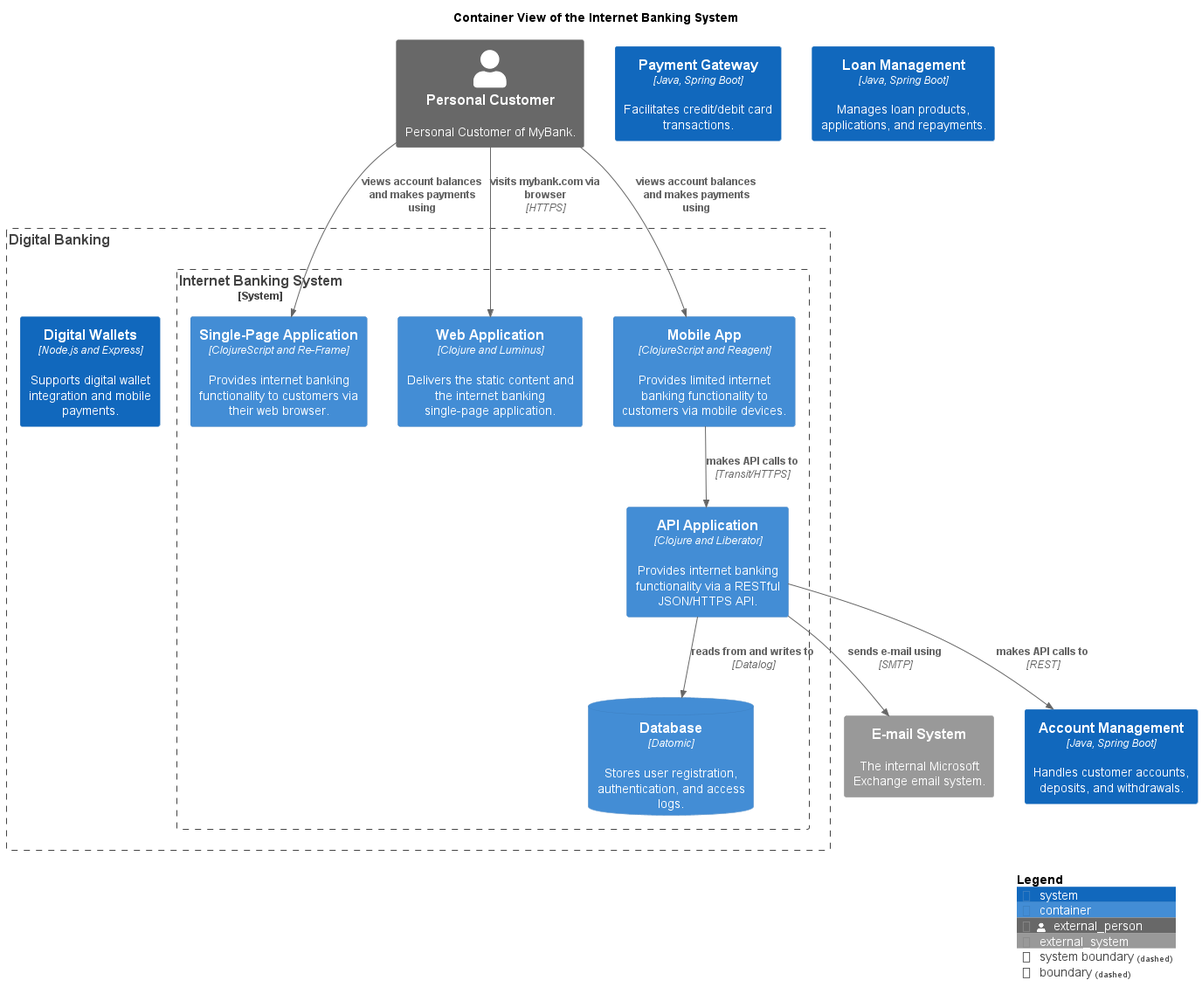
Above: docs/mybank/digital-banking/internet-banking-system/container-view.png in soulspace-org/my-bank-model (PlantUML), before the change.
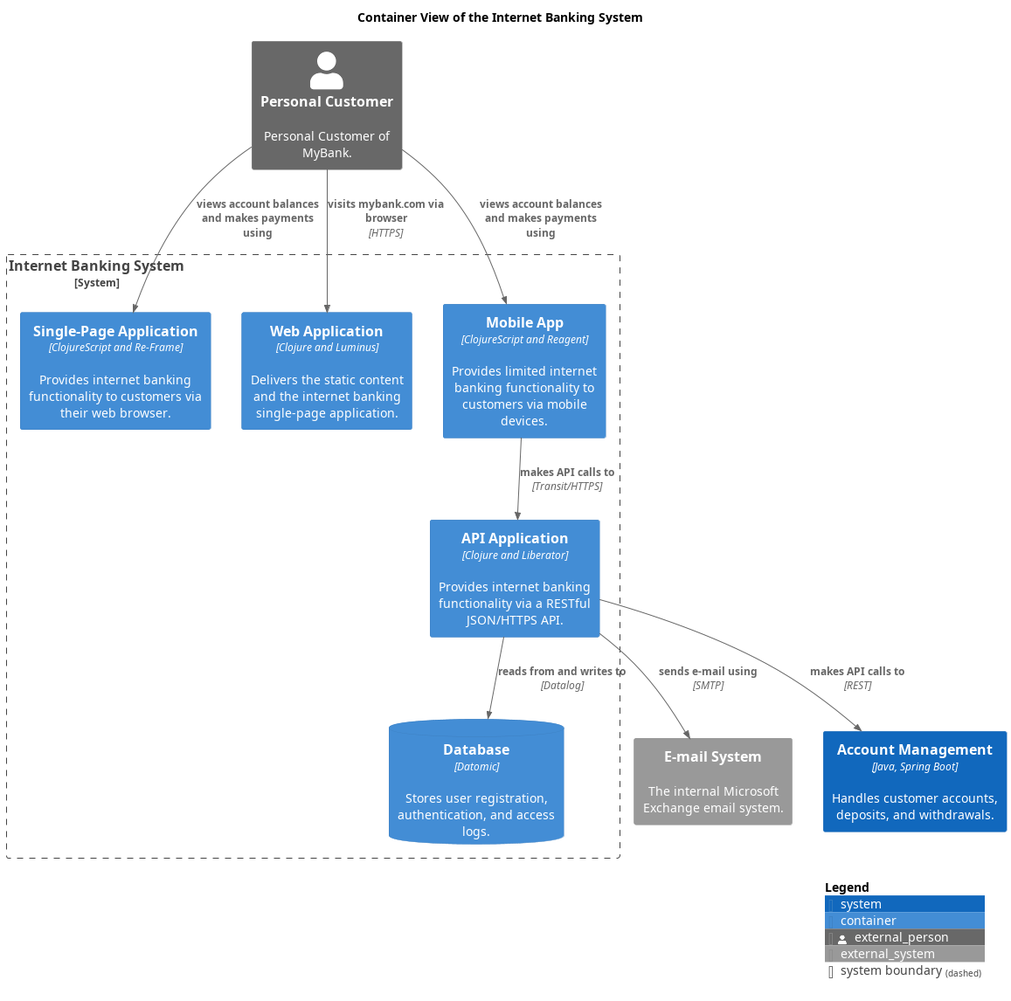
After the change.

The edit, as a diff of the source:
```diff
@@ -14,19 +14,14 @@
 
 title Container View of the Internet Banking System
 System_Ext(mybank_emailSystem, "E-mail System", $descr="The internal Microsoft Exchange email system.")
-Boundary(mybank_digitalBanking_contextBoundary, "Digital Banking") {
-  System(mybank_digitalBanking_digitalWalletsSystem, "Digital Wallets", $descr="Supports digital wallet integration and mobile payments.", $type="Node.js and Express")
-  System_Boundary(mybank_digitalBanking_internetBankingSystem_internetBankingSystem, "Internet Banking System") {
-    Container(mybank_digitalBanking_internetBankingSystem_apiApplication, "API Application", $descr="Provides internet banking functionality via a RESTful JSON/HTTPS API.", $techn="Clojure and Liberator")
-    Container(mybank_digitalBanking_internetBankingSystem_singlePageApp, "Single-Page Application", $descr="Provides internet banking functionality to customers via their web browser.", $techn="ClojureScript and Re-Frame")
-    Container(mybank_digitalBanking_internetBankingSystem_webApp, "Web Application", $descr="Delivers the static content and the internet banking single-page application.", $techn="Clojure and Luminus")
-    Container(mybank_digitalBanking_internetBankingSystem_mobileApp, "Mobile App", $descr="Provides limited internet banking functionality to customers via mobile devices.", $techn="ClojureScript and Reagent")
-    ContainerDb(mybank_digitalBanking_internetBankingSystem_database, "Database", $descr="Stores user registration, authentication, and access logs.", $techn="Datomic")
-  }
+System_Boundary(mybank_digitalBanking_internetBankingSystem_internetBankingSystem, "Internet Banking System") {
+  Container(mybank_digitalBanking_internetBankingSystem_apiApplication, "API Application", $descr="Provides internet banking functionality via a RESTful JSON/HTTPS API.", $techn="Clojure and Liberator")
+  Container(mybank_digitalBanking_internetBankingSystem_singlePageApp, "Single-Page Application", $descr="Provides internet banking functionality to customers via their web browser.", $techn="ClojureScript and Re-Frame")
+  Container(mybank_digitalBanking_internetBankingSystem_webApp, "Web Application", $descr="Delivers the static content and the internet banking single-page application.", $techn="Clojure and Luminus")
+  Container(mybank_digitalBanking_internetBankingSystem_mobileApp, "Mobile App", $descr="Provides limited internet banking functionality to customers via mobile devices.", $techn="ClojureScript and Reagent")
+  ContainerDb(mybank_digitalBanking_internetBankingSystem_database, "Database", $descr="Stores user registration, authentication, and access logs.", $techn="Datomic")
 }
 Person_Ext(mybank_personalCustomer, "Personal Customer", $descr="Personal Customer of MyBank.")
-System(mybank_payment_paymentGatewaySystem, "Payment Gateway", $descr="Facilitates credit/debit card transactions.", $type="Java, Spring Boot")
-System(mybank_coreBanking_loanManagementSystem, "Loan Management", $descr="Manages loan products, applications, and repayments.", $type="Java, Spring Boot")
 System(mybank_coreBanking_accountManagementSystem, "Account Management", $descr="Handles customer accounts, deposits, and withdrawals.", $type="Java, Spring Boot")
 Rel(mybank_personalCustomer, mybank_digitalBanking_internetBankingSystem_webApp, "visits mybank.com via browser", $techn="HTTPS")
 Rel(mybank_digitalBanking_internetBankingSystem_apiApplication, mybank_emailSystem, "sends e-mail using", $techn="SMTP")
```
